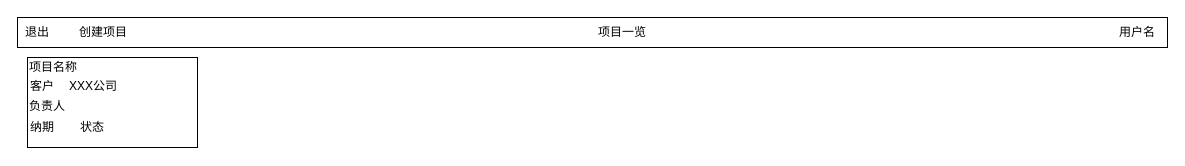
Above: page "pm-projects" (2 of 21) of project-in-action/software-develop-management-system/doc/design/ui/sdms.drawio in callistoctopus/project-all-in-one (draw.io), before the change. Source tidied: cells renumbered, new cells numbered last; positions are measured from the earlier drawing's top-left corner, leaving out a move shared by most shapes. Both pictures are drawn from the tidied source at 100%, with x=0, y=0 at pixel (17, 17).
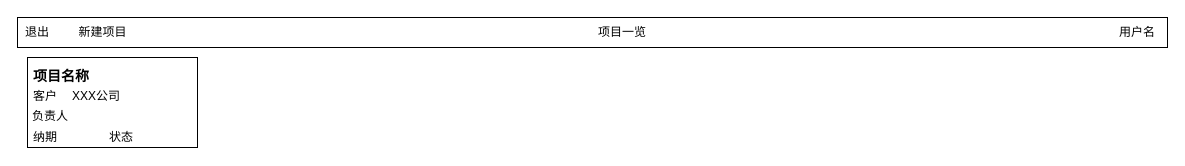
The same diagram, later.

Change to the diagram source:
```diff
@@
 <mxGraphModel>
   <root>
     <mxCell id="0" />
     <mxCell id="1" parent="0" />
     <mxCell id="2" style="rounded=0;whiteSpace=wrap;html=1;" parent="1" vertex="1">
       <mxGeometry width="1150" height="30" as="geometry" />
     </mxCell>
     <mxCell id="3" style="rounded=0;whiteSpace=wrap;html=1;" parent="1" vertex="1">
       <mxGeometry x="10" y="40" width="170" height="90" as="geometry" />
     </mxCell>
     <mxCell id="4" value="项目一览" style="text;html=1;strokeColor=none;fillColor=none;align=center;verticalAlign=middle;whiteSpace=wrap;rounded=0;" parent="1" vertex="1">
       <mxGeometry x="530" y="5" width="150" height="20" as="geometry" />
     </mxCell>
     <mxCell id="5" value="用户名" style="text;html=1;strokeColor=none;fillColor=none;align=center;verticalAlign=middle;whiteSpace=wrap;rounded=0;" parent="1" vertex="1">
       <mxGeometry x="1100" y="5" width="40" height="20" as="geometry" />
     </mxCell>
-    <mxCell id="6" value="项目名称" style="text;html=1;strokeColor=none;fillColor=none;align=left;verticalAlign=middle;whiteSpace=wrap;rounded=0;" parent="1" vertex="1">
-      <mxGeometry x="10" y="40" width="120" height="20" as="geometry" />
+    <mxCell id="6" value="项目名称" style="text;html=1;strokeColor=none;fillColor=none;align=left;verticalAlign=middle;whiteSpace=wrap;rounded=0;fontStyle=1;fontSize=14;" parent="1" vertex="1">
+      <mxGeometry x="14" y="49" width="120" height="20" as="geometry" />
     </mxCell>
     <mxCell id="7" value="XXX公司" style="text;html=1;strokeColor=none;fillColor=none;align=left;verticalAlign=middle;whiteSpace=wrap;rounded=0;" parent="1" vertex="1">
-      <mxGeometry x="50" y="59" width="60" height="20" as="geometry" />
+      <mxGeometry x="53" y="69" width="60" height="20" as="geometry" />
     </mxCell>
     <mxCell id="8" value="负责人" style="text;html=1;strokeColor=none;fillColor=none;align=left;verticalAlign=middle;whiteSpace=wrap;rounded=0;" parent="1" vertex="1">
-      <mxGeometry x="10" y="79" width="40" height="20" as="geometry" />
+      <mxGeometry x="13" y="89" width="40" height="20" as="geometry" />
     </mxCell>
     <mxCell id="9" value="纳期" style="text;html=1;strokeColor=none;fillColor=none;align=left;verticalAlign=middle;whiteSpace=wrap;rounded=0;" parent="1" vertex="1">
-      <mxGeometry x="11" y="99" width="50" height="22" as="geometry" />
+      <mxGeometry x="14" y="109" width="50" height="22" as="geometry" />
     </mxCell>
     <mxCell id="10" value="状态" style="text;html=1;strokeColor=none;fillColor=none;align=left;verticalAlign=middle;whiteSpace=wrap;rounded=0;" parent="1" vertex="1">
-      <mxGeometry x="61" y="99" width="50" height="22" as="geometry" />
+      <mxGeometry x="90" y="109" width="50" height="22" as="geometry" />
     </mxCell>
     <mxCell id="11" value="客户" style="text;html=1;strokeColor=none;fillColor=none;align=left;verticalAlign=middle;whiteSpace=wrap;rounded=0;" parent="1" vertex="1">
-      <mxGeometry x="11" y="59" width="40" height="20" as="geometry" />
+      <mxGeometry x="14" y="69" width="40" height="20" as="geometry" />
     </mxCell>
     <mxCell id="12" value="退出" style="text;html=1;strokeColor=none;fillColor=none;align=center;verticalAlign=middle;whiteSpace=wrap;rounded=0;" parent="1" vertex="1">
       <mxGeometry y="5" width="40" height="20" as="geometry" />
     </mxCell>
-    <mxCell id="13" value="创建项目" style="text;html=1;strokeColor=none;fillColor=none;align=center;verticalAlign=middle;whiteSpace=wrap;rounded=0;" parent="1" vertex="1">
-      <mxGeometry x="51" y="5" width="70" height="20" as="geometry" />
+    <mxCell id="13" value="新建项目" style="text;html=1;strokeColor=none;fillColor=none;align=center;verticalAlign=middle;whiteSpace=wrap;rounded=0;" parent="1" vertex="1">
+      <mxGeometry x="51" y="5" width="69" height="20" as="geometry" />
     </mxCell>
   </root>
 </mxGraphModel>
```
